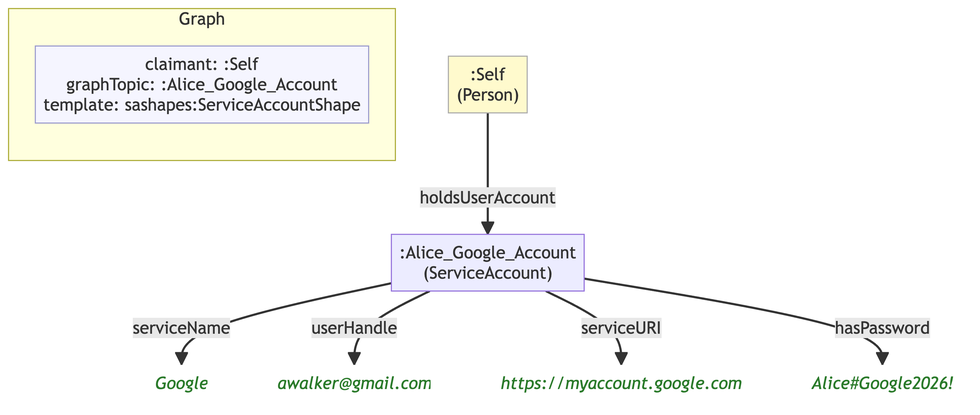
Earlier version of the Mermaid export example/graphs/images/graph-73.png (MeeFoundation/mia-ontologies). Its source is kept beside it as example/graphs/images/graph-73.mmd. Source of this version:
```mermaid
flowchart TD
    classDef person fill:#fffacd,stroke:#aaa,color:#333
    classDef org    fill:#cce5ff,stroke:#aaa,color:#333
    classDef service fill:#e6e6e6,stroke:#aaa,color:#333
    classDef lit    fill:none,stroke:none,font-style:italic,color:#2a7a2a
    classDef meta   fill:#f5f5ff,stroke:#9999cc,color:#333

    subgraph ctx["Graph"]
        direction LR
        ctx_meta["claimant: :Self\ngraphTopic: :Alice_Google_Account\ntemplate: sashapes:ServiceAccountShape"]:::meta
    end

    nb70624797640[":Alice_Google_Account\n(ServiceAccount)"]
    n0f068188a8fa("Google"):::lit
    nba6e63e440e9("awalker@gmail.com"):::lit
    n04ffdd1fe842("https://myaccount.google.com"):::lit
    nf76839aefb51("Alice#Google2026!"):::lit
    ne0c3ba92f1db[":Self\n(Person)"]:::person

    nb70624797640 -->|"serviceName"| n0f068188a8fa
    nb70624797640 -->|"userHandle"| nba6e63e440e9
    nb70624797640 -->|"serviceURI"| n04ffdd1fe842
    nb70624797640 -->|"hasPassword"| nf76839aefb51
    ne0c3ba92f1db -->|"holdsUserAccount"| nb70624797640
```
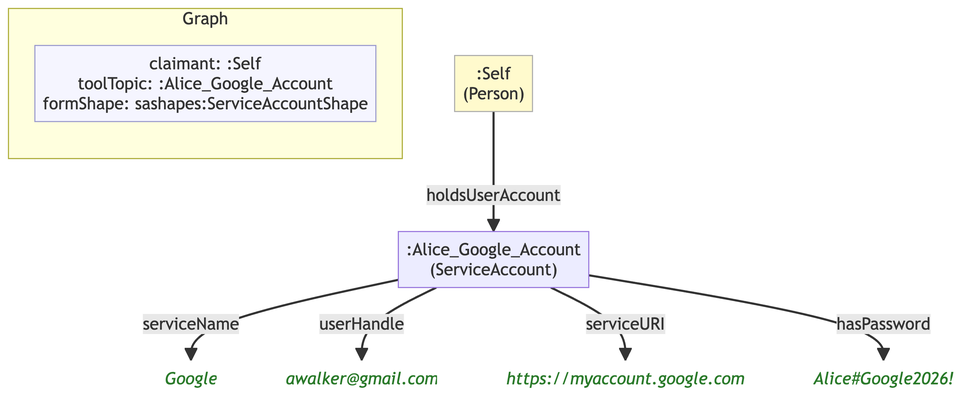
Later version of the same file.

Diff of the diagram source:
```diff
@@ -7,18 +7,18 @@
 
     subgraph ctx["Graph"]
         direction LR
-        ctx_meta["claimant: :Self\ngraphTopic: :Alice_Google_Account\ntemplate: sashapes:ServiceAccountShape"]:::meta
+        ctx_meta["claimant: :Self\ntoolTopic: :Alice_Google_Account\nformShape: sashapes:ServiceAccountShape"]:::meta
     end
 
-    nb70624797640[":Alice_Google_Account\n(ServiceAccount)"]
-    n0f068188a8fa("Google"):::lit
-    nba6e63e440e9("awalker@gmail.com"):::lit
-    n04ffdd1fe842("https://myaccount.google.com"):::lit
-    nf76839aefb51("Alice#Google2026!"):::lit
-    ne0c3ba92f1db[":Self\n(Person)"]:::person
+    n8d7dca1237fd[":Alice_Google_Account\n(ServiceAccount)"]
+    n35d074c33c5d("Google"):::lit
+    nd714d648af48("awalker@gmail.com"):::lit
+    nb7978efc0346("https://myaccount.google.com"):::lit
+    n5fd6b2767583("Alice#Google2026!"):::lit
+    n655e442e50be[":Self\n(Person)"]:::person
 
-    nb70624797640 -->|"serviceName"| n0f068188a8fa
-    nb70624797640 -->|"userHandle"| nba6e63e440e9
-    nb70624797640 -->|"serviceURI"| n04ffdd1fe842
-    nb70624797640 -->|"hasPassword"| nf76839aefb51
-    ne0c3ba92f1db -->|"holdsUserAccount"| nb70624797640
+    n8d7dca1237fd -->|"serviceName"| n35d074c33c5d
+    n8d7dca1237fd -->|"userHandle"| nd714d648af48
+    n8d7dca1237fd -->|"serviceURI"| nb7978efc0346
+    n8d7dca1237fd -->|"hasPassword"| n5fd6b2767583
+    n655e442e50be -->|"holdsUserAccount"| n8d7dca1237fd
```
